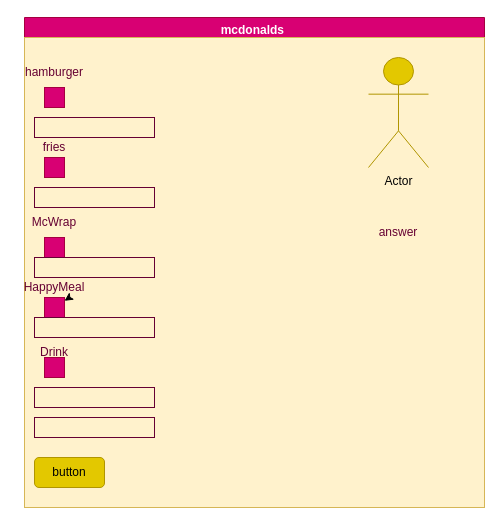
Above: design/storyboard.drawio in sophie-nguyen-0/ICS2O-Assignment-4 (draw.io), before the change. Source tidied: cells renumbered, new cells numbered last; positions are measured from the earlier drawing's top-left corner, leaving out a move shared by most shapes. Both pictures are drawn from the tidied source at 100%, with x=0, y=0 at pixel (24, 17).
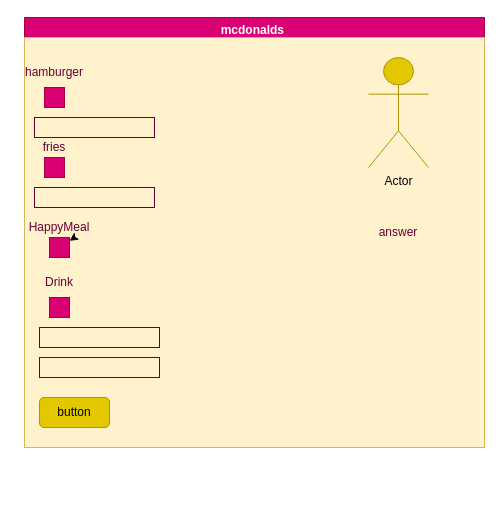
The same page after the edit.

The edit, as a diff of the source:
```diff
@@
     <mxCell id="3" style="rounded=0;whiteSpace=wrap;html=1;fillColor=#fff2cc;strokeColor=#d6b656;" parent="1" vertex="1">
-      <mxGeometry y="20" width="460" height="470" as="geometry" />
+      <mxGeometry y="20" width="460" height="410" as="geometry" />
     </mxCell>
@@
-    <mxCell id="7" style="edgeStyle=none;html=1;fontColor=#660033;" parent="1" edge="1" source="8" target="3">
-      <mxGeometry relative="1" as="geometry" />
+    <mxCell id="7" style="edgeStyle=none;html=1;fontColor=#660033;" parent="1" edge="1" target="3">
+      <mxGeometry relative="1" as="geometry">
+        <mxPoint y="197.5" as="sourcePoint" />
+      </mxGeometry>
     </mxCell>
-    <mxCell id="8" value="McWrap" style="text;html=1;align=center;verticalAlign=middle;whiteSpace=wrap;rounded=0;fontColor=#660033;" parent="1" vertex="1">
-      <mxGeometry y="190" width="60" height="30" as="geometry" />
-    </mxCell>
@@
     <mxCell id="10" value="HappyMeal" style="text;html=1;align=center;verticalAlign=middle;whiteSpace=wrap;rounded=0;fontColor=#660033;" parent="1" vertex="1">
-      <mxGeometry y="260" width="60" height="20" as="geometry" />
+      <mxGeometry x="5" y="200" width="60" height="20" as="geometry" />
     </mxCell>
@@
-    <mxCell id="13" style="whiteSpace=wrap;html=1;fontColor=#ffffff;fillColor=#d80073;strokeColor=#A50040;" parent="1" vertex="1">
-      <mxGeometry x="20" y="220" width="20" height="20" as="geometry" />
-    </mxCell>
     <mxCell id="14" style="whiteSpace=wrap;html=1;fontColor=#ffffff;fillColor=#d80073;strokeColor=#A50040;" parent="1" vertex="1">
-      <mxGeometry x="20" y="280" width="20" height="20" as="geometry" />
+      <mxGeometry x="25" y="220" width="20" height="20" as="geometry" />
     </mxCell>
     <mxCell id="15" value="button" style="rounded=1;whiteSpace=wrap;html=1;fontColor=#000000;fillColor=#e3c800;strokeColor=#B09500;" parent="1" vertex="1">
-      <mxGeometry x="10" y="440" width="70" height="30" as="geometry" />
+      <mxGeometry x="15" y="380" width="70" height="30" as="geometry" />
     </mxCell>
@@
-    <mxCell id="19" style="rounded=0;whiteSpace=wrap;html=1;fontColor=#660033;strokeColor=#660033;fillColor=none;" parent="1" vertex="1">
-      <mxGeometry x="10" y="240" width="120" height="20" as="geometry" />
-    </mxCell>
-    <mxCell id="20" style="rounded=0;whiteSpace=wrap;html=1;fontColor=#660033;strokeColor=#660033;fillColor=none;" parent="1" vertex="1">
-      <mxGeometry x="10" y="300" width="120" height="20" as="geometry" />
-    </mxCell>
     <mxCell id="21" value="Drink" style="text;html=1;strokeColor=none;fillColor=none;align=center;verticalAlign=middle;whiteSpace=wrap;rounded=0;fontColor=#660033;" parent="1" vertex="1">
-      <mxGeometry y="320" width="60" height="30" as="geometry" />
+      <mxGeometry x="5" y="250" width="60" height="30" as="geometry" />
     </mxCell>
     <mxCell id="22" style="rounded=0;whiteSpace=wrap;html=1;fontColor=#660033;strokeColor=#660033;fillColor=none;" parent="1" vertex="1">
-      <mxGeometry x="10" y="370" width="120" height="20" as="geometry" />
+      <mxGeometry x="15" y="310" width="120" height="20" as="geometry" />
     </mxCell>
     <mxCell id="23" style="rounded=0;whiteSpace=wrap;html=1;fontColor=#660033;strokeColor=#660033;fillColor=none;" parent="1" vertex="1">
-      <mxGeometry x="10" y="400" width="120" height="20" as="geometry" />
+      <mxGeometry x="15" y="340" width="120" height="20" as="geometry" />
     </mxCell>
     <mxCell id="24" style="whiteSpace=wrap;html=1;fontColor=#ffffff;fillColor=#d80073;strokeColor=#A50040;" parent="1" vertex="1">
-      <mxGeometry x="20" y="340" width="20" height="20" as="geometry" />
+      <mxGeometry x="25" y="280" width="20" height="20" as="geometry" />
     </mxCell>
```
